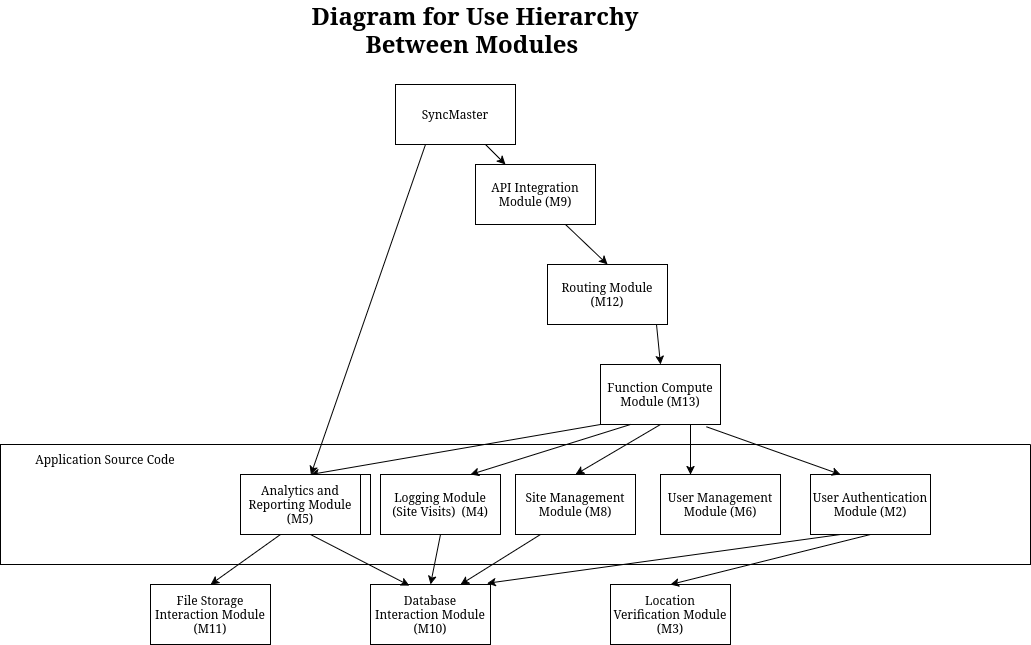
Above: docs/Design/SoftArchitecture/userHierarchy.png in Spitgranger/SyncMaster (draw.io), before the change. Source tidied: cells renumbered, new cells last; positions are measured from the earlier drawing's top-left corner, leaving out a move shared by most shapes.
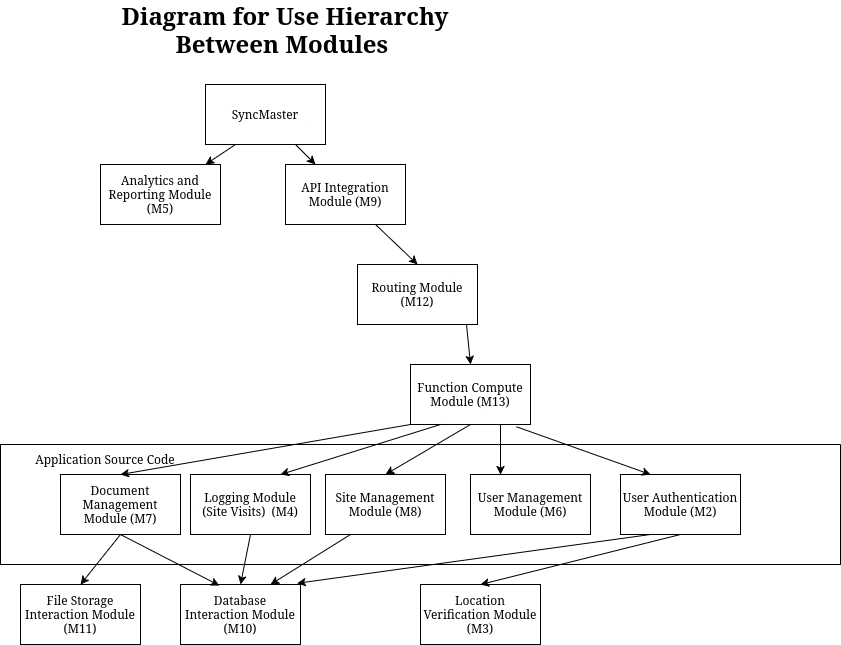
Above is the later version.

Commit message:
fix: use hierarchy model was not correctl

Change to the diagram source:
```diff
@@ -27,7 +27,7 @@
       <mxGeometry x="250" y="460" width="120" height="60" as="geometry" />
     </mxCell>
     <mxCell id="10" value="File Storage Interaction Module (M11)" style="rounded=0;whiteSpace=wrap;html=1;" parent="1" vertex="1">
-      <mxGeometry x="150" y="570" width="120" height="60" as="geometry" />
+      <mxGeometry x="210" y="570" width="120" height="60" as="geometry" />
     </mxCell>
     <mxCell id="11" value="User Authentication Module (M2)" style="rounded=0;whiteSpace=wrap;html=1;" parent="1" vertex="1">
       <mxGeometry x="810" y="460" width="120" height="60" as="geometry" />
@@ -55,9 +55,6 @@
     <mxCell id="18" style="endArrow=classic;html=1;rounded=0;exitX=0.25;exitY=1;exitDx=0;exitDy=0;" parent="1" edge="1" source="25" target="34">
       <mxGeometry relative="1" as="geometry" />
     </mxCell>
-    <mxCell id="19" style="endArrow=classic;html=1;rounded=0;entryX=0.5;entryY=0;entryDx=0;entryDy=0;exitX=0.25;exitY=1;exitDx=0;exitDy=0;" parent="1" edge="1" source="9" target="10">
-      <mxGeometry relative="1" as="geometry" />
-    </mxCell>
     <mxCell id="20" style="endArrow=classic;html=1;rounded=0;entryX=0.323;entryY=0.016;entryDx=0;entryDy=0;exitX=0.5;exitY=1;exitDx=0;exitDy=0;entryPerimeter=0;" parent="1" edge="1" source="9" target="6">
       <mxGeometry relative="1" as="geometry" />
     </mxCell>
@@ -97,13 +94,16 @@
       <mxGeometry relative="1" as="geometry" />
     </mxCell>
     <mxCell id="32" style="swimlane;startSize=0;" parent="1" vertex="1">
-      <mxGeometry y="430" width="1030" height="120" as="geometry" />
+      <mxGeometry x="190" y="430" width="840" height="120" as="geometry" />
     </mxCell>
     <mxCell id="33" value="Application Source Code" style="text;html=1;align=center;verticalAlign=middle;whiteSpace=wrap;rounded=0;" parent="32" vertex="1">
       <mxGeometry x="20" width="170" height="30" as="geometry" />
     </mxCell>
-    <mxCell id="34" value="Analytics and Reporting Module (M5)" style="rounded=0;whiteSpace=wrap;html=1;" parent="32" vertex="1">
-      <mxGeometry x="240" y="30" width="120" height="60" as="geometry" />
+    <mxCell id="34" value="Analytics and Reporting Module (M5)" style="rounded=0;whiteSpace=wrap;html=1;" parent="1" vertex="1">
+      <mxGeometry x="290" y="150" width="120" height="60" as="geometry" />
     </mxCell>
+    <mxCell id="19" style="endArrow=classic;html=1;rounded=0;entryX=0.5;entryY=0;entryDx=0;entryDy=0;exitX=0.5;exitY=1;exitDx=0;exitDy=0;" parent="1" edge="1" source="9" target="10">
+      <mxGeometry relative="1" as="geometry" />
+    </mxCell>
   </root>
 </mxGraphModel>
```
